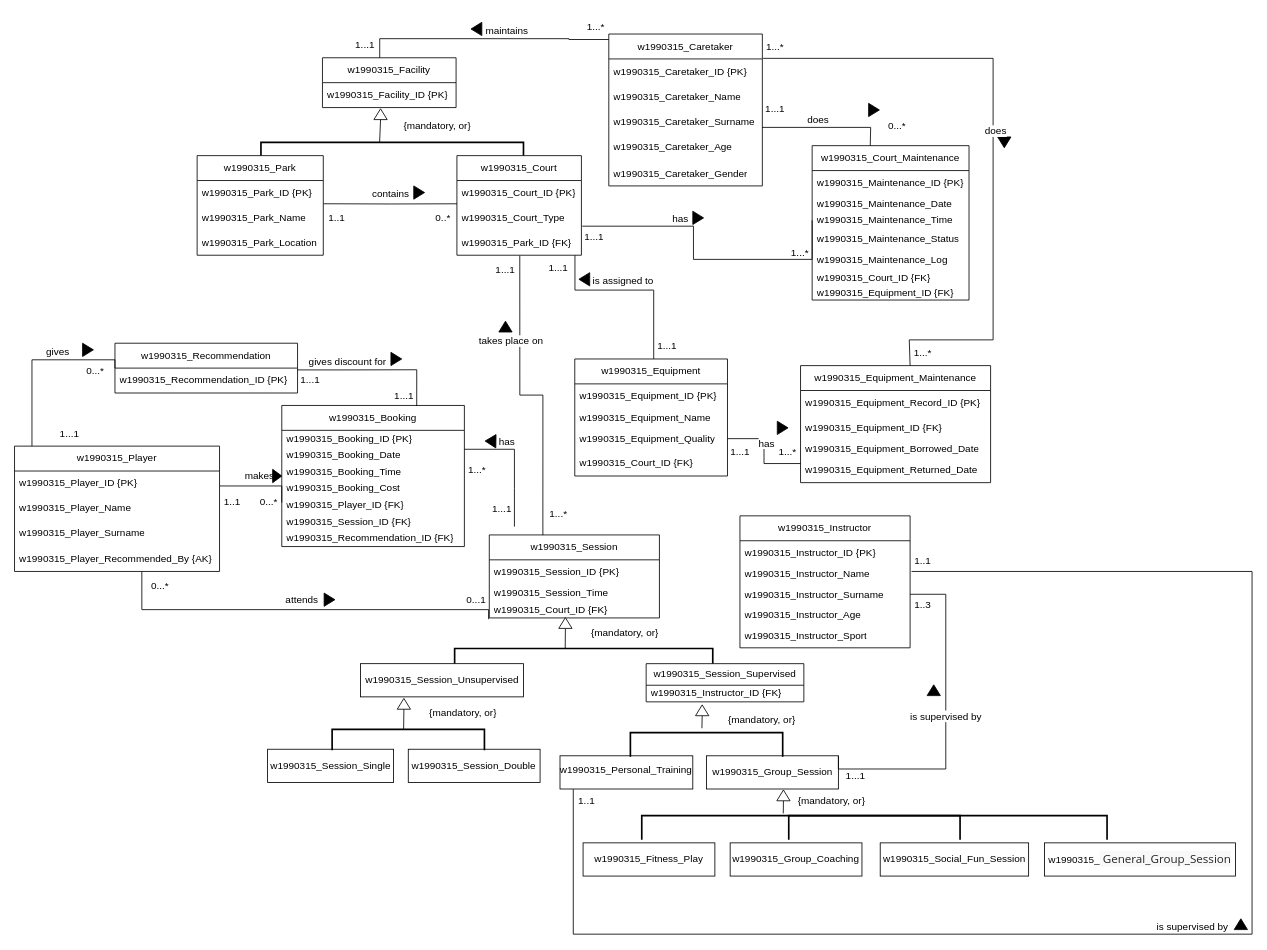
Before: page "Strona-1" (1 of 3) of DB_cwk.drawio in frajdzia/DB_cwk, a draw.io diagram. Source tidied: cells renumbered, new cells numbered last; positions are measured from the earlier drawing's top-left corner, leaving out a move shared by most shapes. Both pictures are drawn from the tidied source at 83%, with x=0, y=0 at pixel (14, 14).
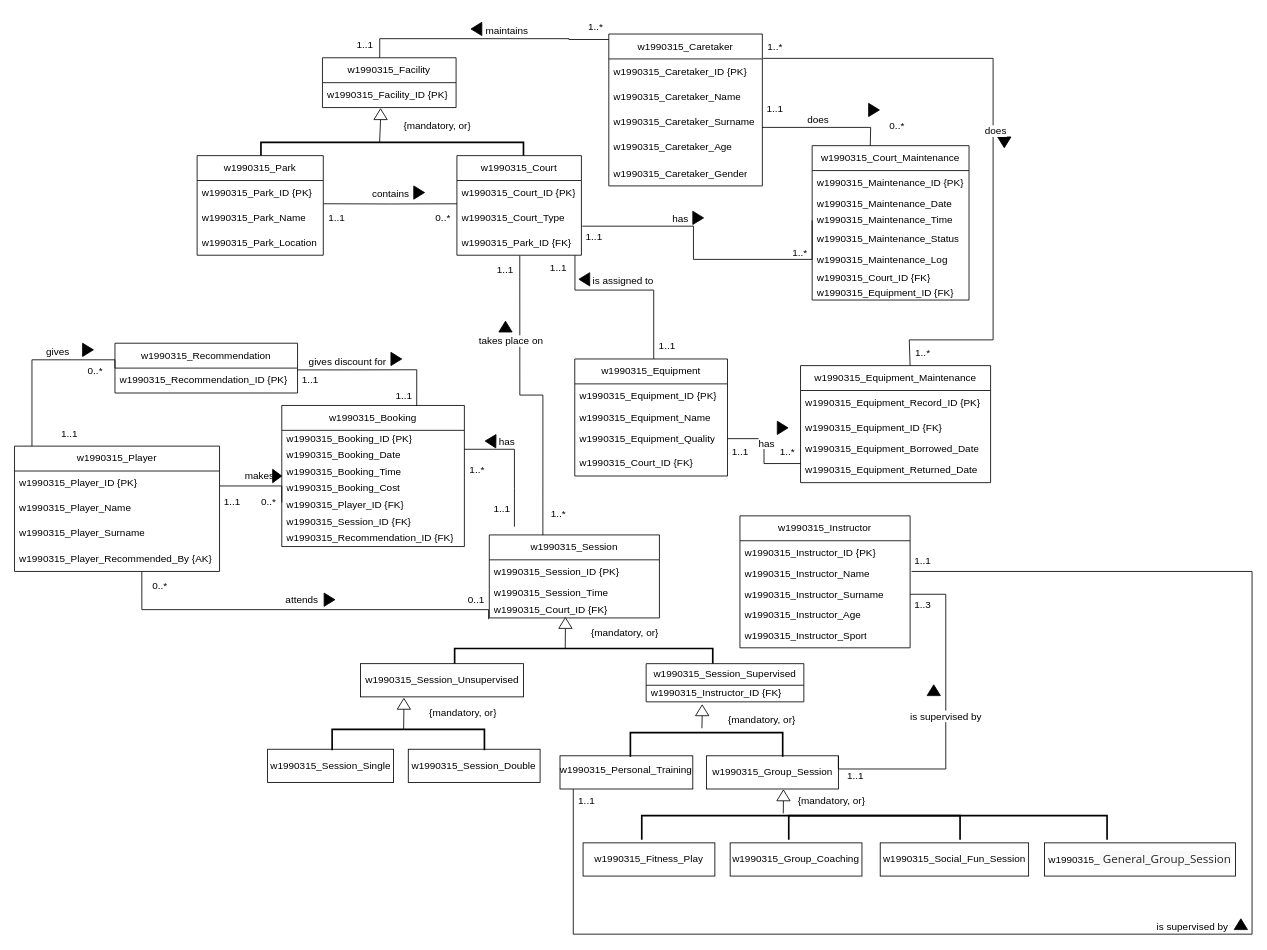
After the change.

The edit, as a diff of the source:
```diff
@@
-    <mxCell id="92" value="1...*" style="text;html=1;align=center;verticalAlign=middle;whiteSpace=wrap;rounded=0;" parent="1" vertex="1">
+    <mxCell id="92" value="1..*" style="text;html=1;align=center;verticalAlign=middle;whiteSpace=wrap;rounded=0;" parent="1" vertex="1">
       <mxGeometry x="640" y="587" width="31" height="30" as="geometry" />
     </mxCell>
-    <mxCell id="93" value="1...1" style="text;html=1;align=center;verticalAlign=middle;whiteSpace=wrap;rounded=0;" parent="1" vertex="1">
+    <mxCell id="93" value="1..1" style="text;html=1;align=center;verticalAlign=middle;whiteSpace=wrap;rounded=0;" parent="1" vertex="1">
       <mxGeometry x="576" y="293" width="31" height="30" as="geometry" />
     </mxCell>
-    <mxCell id="94" value="1...*" style="text;html=1;align=center;verticalAlign=middle;whiteSpace=wrap;rounded=0;" parent="1" vertex="1">
+    <mxCell id="94" value="1..*" style="text;html=1;align=center;verticalAlign=middle;whiteSpace=wrap;rounded=0;" parent="1" vertex="1">
       <mxGeometry x="542" y="534" width="31" height="30" as="geometry" />
     </mxCell>
-    <mxCell id="95" value="0...*" style="text;html=1;align=center;verticalAlign=middle;whiteSpace=wrap;rounded=0;" parent="1" vertex="1">
+    <mxCell id="95" value="0..*" style="text;html=1;align=center;verticalAlign=middle;whiteSpace=wrap;rounded=0;" parent="1" vertex="1">
       <mxGeometry x="160" y="674" width="31" height="30" as="geometry" />
     </mxCell>
-    <mxCell id="96" value="0...1" style="text;html=1;align=center;verticalAlign=middle;whiteSpace=wrap;rounded=0;" parent="1" vertex="1">
+    <mxCell id="96" value="0..1" style="text;html=1;align=center;verticalAlign=middle;whiteSpace=wrap;rounded=0;" parent="1" vertex="1">
       <mxGeometry x="541" y="690" width="31" height="30" as="geometry" />
     </mxCell>
@@
-    <mxCell id="98" value="0...*" style="text;html=1;align=center;verticalAlign=middle;whiteSpace=wrap;rounded=0;" parent="1" vertex="1">
+    <mxCell id="98" value="0..*" style="text;html=1;align=center;verticalAlign=middle;whiteSpace=wrap;rounded=0;" parent="1" vertex="1">
       <mxGeometry x="291" y="572" width="31" height="30" as="geometry" />
     </mxCell>
-    <mxCell id="99" value="0...*" style="text;html=1;align=center;verticalAlign=middle;whiteSpace=wrap;rounded=0;" parent="1" vertex="1">
+    <mxCell id="99" value="0..*" style="text;html=1;align=center;verticalAlign=middle;whiteSpace=wrap;rounded=0;" parent="1" vertex="1">
       <mxGeometry x="82" y="415" width="31" height="30" as="geometry" />
     </mxCell>
-    <mxCell id="100" value="1...1" style="text;html=1;align=center;verticalAlign=middle;whiteSpace=wrap;rounded=0;" parent="1" vertex="1">
+    <mxCell id="100" value="1..1" style="text;html=1;align=center;verticalAlign=middle;whiteSpace=wrap;rounded=0;" parent="1" vertex="1">
       <mxGeometry x="51" y="490" width="31" height="30" as="geometry" />
     </mxCell>
-    <mxCell id="101" value="1...1" style="text;html=1;align=center;verticalAlign=middle;whiteSpace=wrap;rounded=0;" parent="1" vertex="1">
+    <mxCell id="101" value="1..1" style="text;html=1;align=center;verticalAlign=middle;whiteSpace=wrap;rounded=0;" parent="1" vertex="1">
       <mxGeometry x="407" y="22.1" width="31" height="30" as="geometry" />
     </mxCell>
-    <mxCell id="102" value="1...*" style="text;html=1;align=center;verticalAlign=middle;whiteSpace=wrap;rounded=0;" parent="1" vertex="1">
+    <mxCell id="102" value="1..*" style="text;html=1;align=center;verticalAlign=middle;whiteSpace=wrap;rounded=0;" parent="1" vertex="1">
       <mxGeometry x="685" y="-0.4" width="31" height="30" as="geometry" />
     </mxCell>
-    <mxCell id="103" value="1...1" style="text;html=1;align=center;verticalAlign=middle;whiteSpace=wrap;rounded=0;" parent="1" vertex="1">
+    <mxCell id="103" value="1..1" style="text;html=1;align=center;verticalAlign=middle;whiteSpace=wrap;rounded=0;" parent="1" vertex="1">
       <mxGeometry x="771" y="385" width="31" height="30" as="geometry" />
     </mxCell>
-    <mxCell id="104" value="1...1" style="text;html=1;align=center;verticalAlign=middle;whiteSpace=wrap;rounded=0;" parent="1" vertex="1">
+    <mxCell id="104" value="1..1" style="text;html=1;align=center;verticalAlign=middle;whiteSpace=wrap;rounded=0;" parent="1" vertex="1">
       <mxGeometry x="640" y="290" width="31" height="30" as="geometry" />
     </mxCell>
-    <mxCell id="105" value="1...1" style="text;html=1;align=center;verticalAlign=middle;whiteSpace=wrap;rounded=0;" parent="1" vertex="1">
+    <mxCell id="105" value="1..1" style="text;html=1;align=center;verticalAlign=middle;whiteSpace=wrap;rounded=0;" parent="1" vertex="1">
       <mxGeometry x="683" y="253" width="31" height="30" as="geometry" />
     </mxCell>
-    <mxCell id="106" value="1...*" style="text;html=1;align=center;verticalAlign=middle;whiteSpace=wrap;rounded=0;" parent="1" vertex="1">
+    <mxCell id="106" value="1..*" style="text;html=1;align=center;verticalAlign=middle;whiteSpace=wrap;rounded=0;" parent="1" vertex="1">
       <mxGeometry x="931" y="273" width="31" height="30" as="geometry" />
     </mxCell>
-    <mxCell id="107" value="1...1" style="text;html=1;align=center;verticalAlign=middle;whiteSpace=wrap;rounded=0;" parent="1" vertex="1">
+    <mxCell id="107" value="1..1" style="text;html=1;align=center;verticalAlign=middle;whiteSpace=wrap;rounded=0;" parent="1" vertex="1">
       <mxGeometry x="998" y="902.8" width="31" height="30" as="geometry" />
     </mxCell>
@@
-    <mxCell id="109" value="1...*" style="text;html=1;align=center;verticalAlign=middle;whiteSpace=wrap;rounded=0;" parent="1" vertex="1">
+    <mxCell id="109" value="1..*" style="text;html=1;align=center;verticalAlign=middle;whiteSpace=wrap;rounded=0;" parent="1" vertex="1">
       <mxGeometry x="1079" y="393" width="31" height="30" as="geometry" />
     </mxCell>
-    <mxCell id="110" value="1...*" style="text;html=1;align=center;verticalAlign=middle;whiteSpace=wrap;rounded=0;" parent="1" vertex="1">
+    <mxCell id="110" value="1..*" style="text;html=1;align=center;verticalAlign=middle;whiteSpace=wrap;rounded=0;" parent="1" vertex="1">
       <mxGeometry x="901" y="23.5" width="31" height="30" as="geometry" />
     </mxCell>
-    <mxCell id="111" value="1...1" style="text;html=1;align=center;verticalAlign=middle;whiteSpace=wrap;rounded=0;" parent="1" vertex="1">
+    <mxCell id="111" value="1..1" style="text;html=1;align=center;verticalAlign=middle;whiteSpace=wrap;rounded=0;" parent="1" vertex="1">
       <mxGeometry x="901" y="99" width="31" height="30" as="geometry" />
     </mxCell>
-    <mxCell id="112" value="0...*" style="text;html=1;align=center;verticalAlign=middle;whiteSpace=wrap;rounded=0;" parent="1" vertex="1">
+    <mxCell id="112" value="0..*" style="text;html=1;align=center;verticalAlign=middle;whiteSpace=wrap;rounded=0;" parent="1" vertex="1">
       <mxGeometry x="1048" y="120.1" width="31" height="30" as="geometry" />
     </mxCell>
-    <mxCell id="113" value="1...1" style="text;html=1;align=center;verticalAlign=middle;whiteSpace=wrap;rounded=0;" parent="1" vertex="1">
+    <mxCell id="113" value="1..1" style="text;html=1;align=center;verticalAlign=middle;whiteSpace=wrap;rounded=0;" parent="1" vertex="1">
       <mxGeometry x="859" y="512" width="31" height="30" as="geometry" />
     </mxCell>
-    <mxCell id="114" value="1...*" style="text;html=1;align=center;verticalAlign=middle;whiteSpace=wrap;rounded=0;" parent="1" vertex="1">
+    <mxCell id="114" value="1..*" style="text;html=1;align=center;verticalAlign=middle;whiteSpace=wrap;rounded=0;" parent="1" vertex="1">
       <mxGeometry x="916" y="512" width="31" height="30" as="geometry" />
     </mxCell>
-    <mxCell id="115" value="1...1" style="text;html=1;align=center;verticalAlign=middle;whiteSpace=wrap;rounded=0;" parent="1" vertex="1">
+    <mxCell id="115" value="1..1" style="text;html=1;align=center;verticalAlign=middle;whiteSpace=wrap;rounded=0;" parent="1" vertex="1">
       <mxGeometry x="572" y="581" width="31" height="30" as="geometry" />
     </mxCell>
@@
-    <mxCell id="137" value="1...1" style="text;html=1;align=center;verticalAlign=middle;whiteSpace=wrap;rounded=0;" parent="1" vertex="1">
+    <mxCell id="137" value="1..1" style="text;html=1;align=center;verticalAlign=middle;whiteSpace=wrap;rounded=0;" parent="1" vertex="1">
       <mxGeometry x="341" y="426" width="31" height="30" as="geometry" />
     </mxCell>
-    <mxCell id="138" value="1...1" style="text;html=1;align=center;verticalAlign=middle;whiteSpace=wrap;rounded=0;" parent="1" vertex="1">
+    <mxCell id="138" value="1..1" style="text;html=1;align=center;verticalAlign=middle;whiteSpace=wrap;rounded=0;" parent="1" vertex="1">
       <mxGeometry x="453.5" y="445" width="31" height="30" as="geometry" />
     </mxCell>
```
